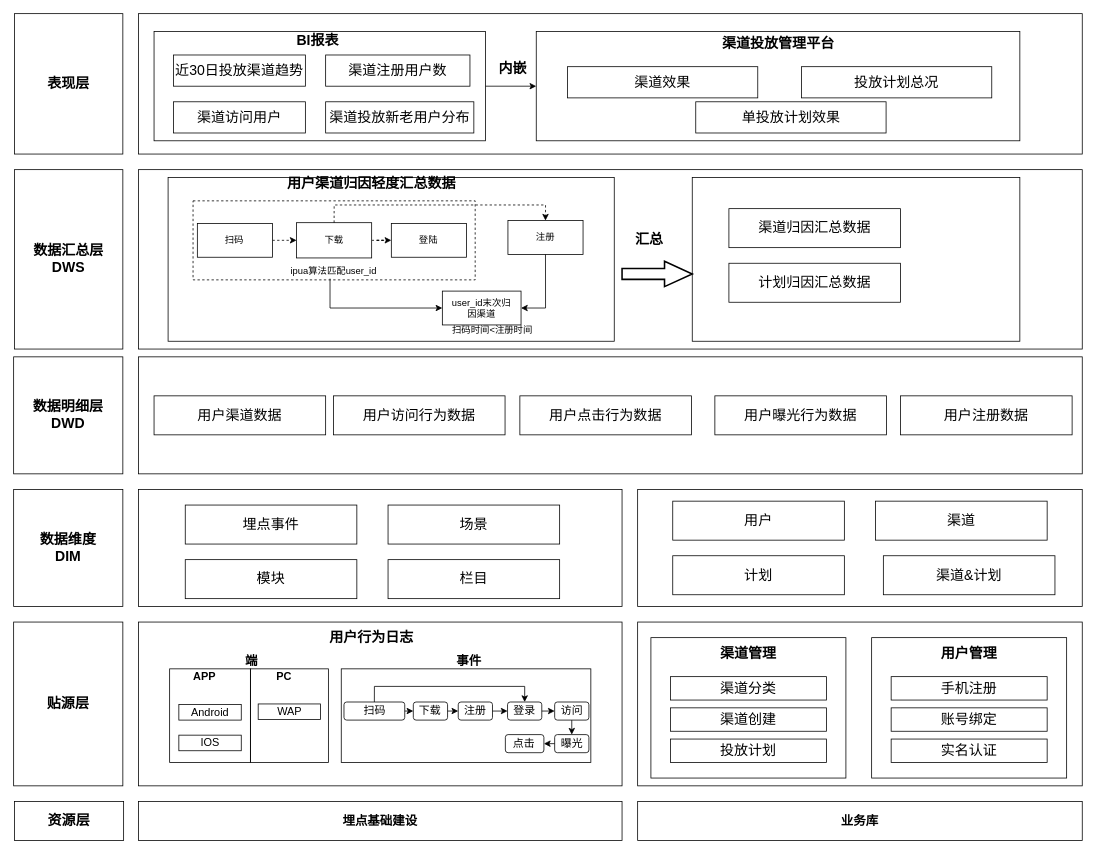
This is 巽风数据架构.drawio from mineminemine123/work-wiki, a draw.io file, before an edit. Source tidied: cells renumbered, new cells numbered last; positions are measured from the earlier drawing's top-left corner, leaving out a move shared by most shapes. Both pictures are drawn from the tidied source at 78%, with x=0, y=0 at pixel (13, 13).
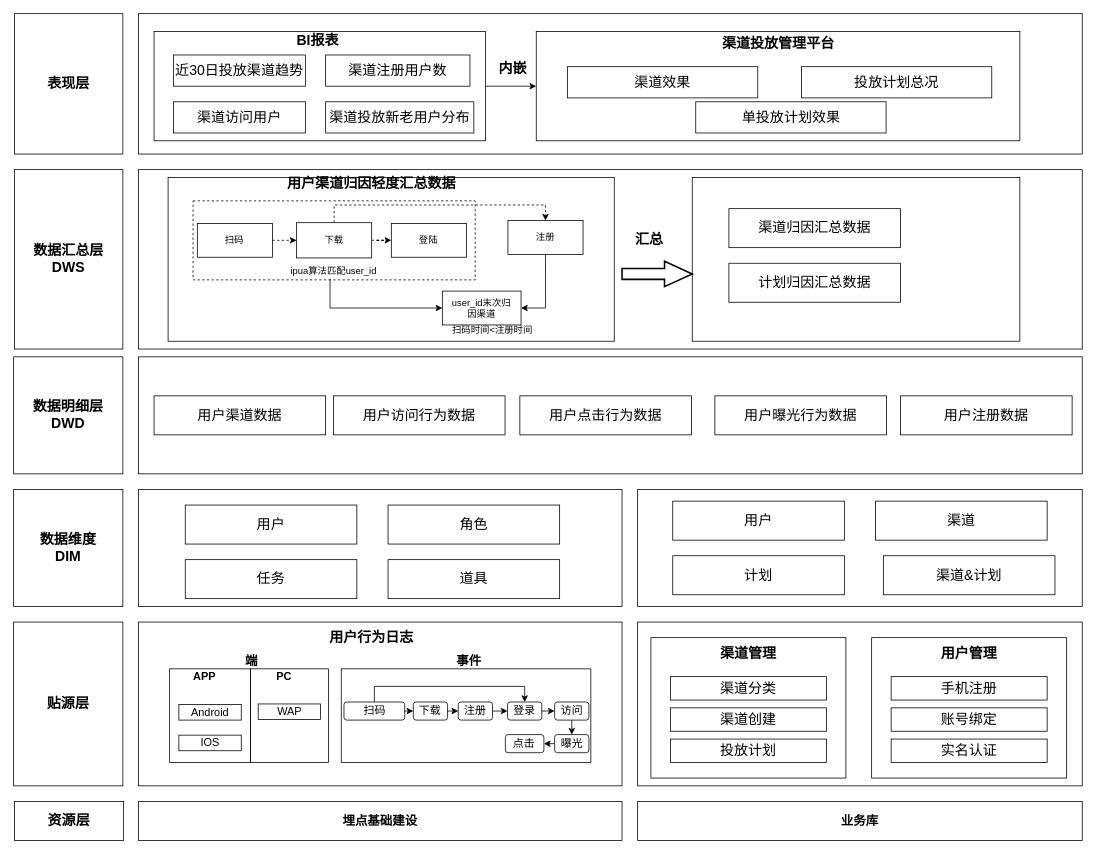
Above is the later version.

Commit message (it also covers changes not shown here):
更新巽风数据架构.drawio

The edit, as a diff of the source:
```diff
@@
-    <mxCell id="50" value="埋点事件" style="rounded=0;whiteSpace=wrap;html=1;strokeColor=#000000;fontSize=18;fontStyle=0;" parent="1" vertex="1">
+    <mxCell id="50" value="用户" style="rounded=0;whiteSpace=wrap;html=1;strokeColor=#000000;fontSize=18;fontStyle=0;" parent="1" vertex="1">
       <mxGeometry x="220" y="630" width="220" height="50" as="geometry" />
     </mxCell>
@@
-    <mxCell id="57" value="模块" style="rounded=0;whiteSpace=wrap;html=1;strokeColor=#000000;fontSize=18;fontStyle=0;" parent="1" vertex="1">
+    <mxCell id="57" value="任务" style="rounded=0;whiteSpace=wrap;html=1;strokeColor=#000000;fontSize=18;fontStyle=0;" parent="1" vertex="1">
       <mxGeometry x="220" y="700" width="220" height="50" as="geometry" />
     </mxCell>
-    <mxCell id="58" value="栏目" style="rounded=0;whiteSpace=wrap;html=1;strokeColor=#000000;fontSize=18;fontStyle=0;" parent="1" vertex="1">
+    <mxCell id="58" value="道具" style="rounded=0;whiteSpace=wrap;html=1;strokeColor=#000000;fontSize=18;fontStyle=0;" parent="1" vertex="1">
       <mxGeometry x="480" y="700" width="220" height="50" as="geometry" />
     </mxCell>
-    <mxCell id="59" value="场景" style="rounded=0;whiteSpace=wrap;html=1;strokeColor=#000000;fontSize=18;fontStyle=0;" parent="1" vertex="1">
+    <mxCell id="59" value="角色" style="rounded=0;whiteSpace=wrap;html=1;strokeColor=#000000;fontSize=18;fontStyle=0;" parent="1" vertex="1">
       <mxGeometry x="480" y="630" width="220" height="50" as="geometry" />
     </mxCell>
```
